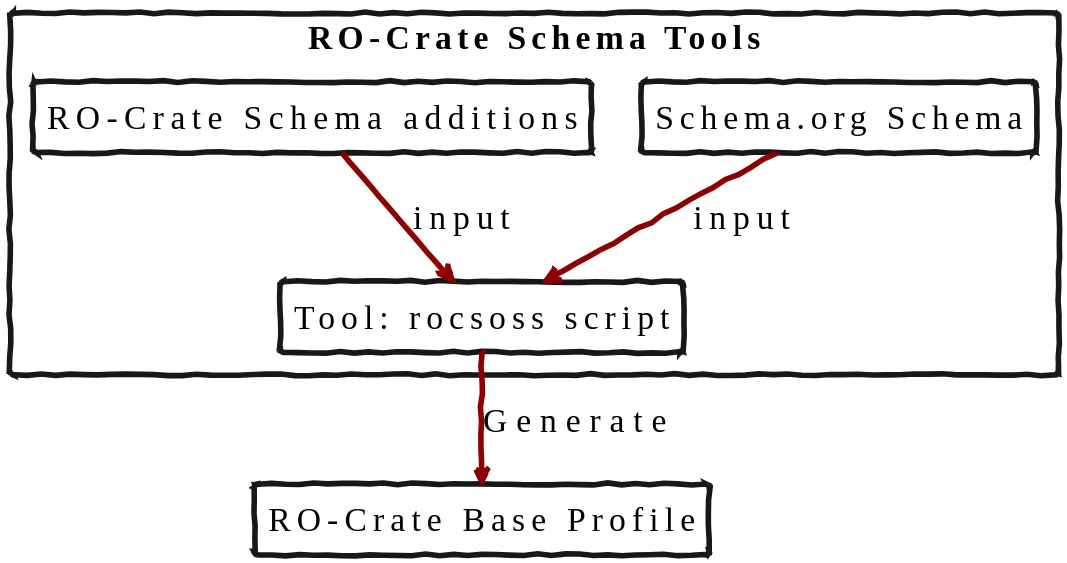
The PlantUML diagram docs/images/soss-to-profile.svg in Language-Research-Technology/ro-crate-modes, before a commit.
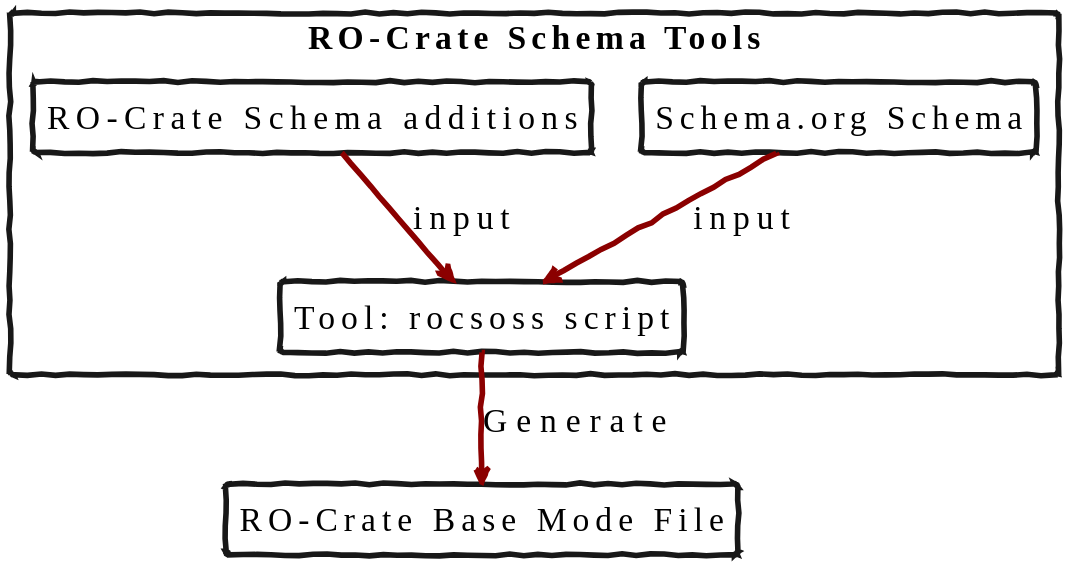
The same diagram one commit later.

Change to the diagram source:
```diff
@@ -7,7 +7,7 @@
 rectangle "Tool: rocsoss script" as rocsoss
 }
 
-rectangle "RO-Crate Base Profile" as rop
+rectangle "RO-Crate Base Mode File" as rop
 
 sos -down-> rocsoss : input
 roc -down-> rocsoss : input
```
